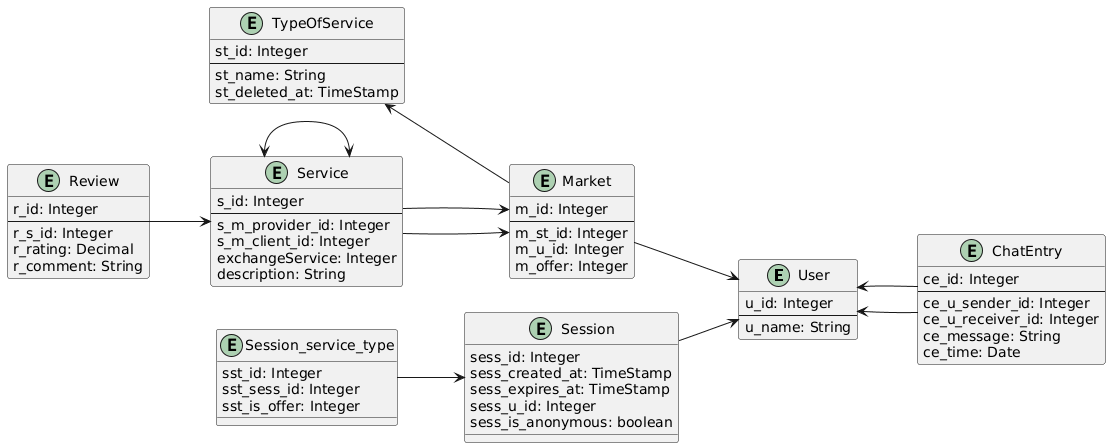
Before: asciidocs/slides/images/er-diagram.png, a diagram exported from PlantUML (2425-4chif-syp/01-projekte-d4d).
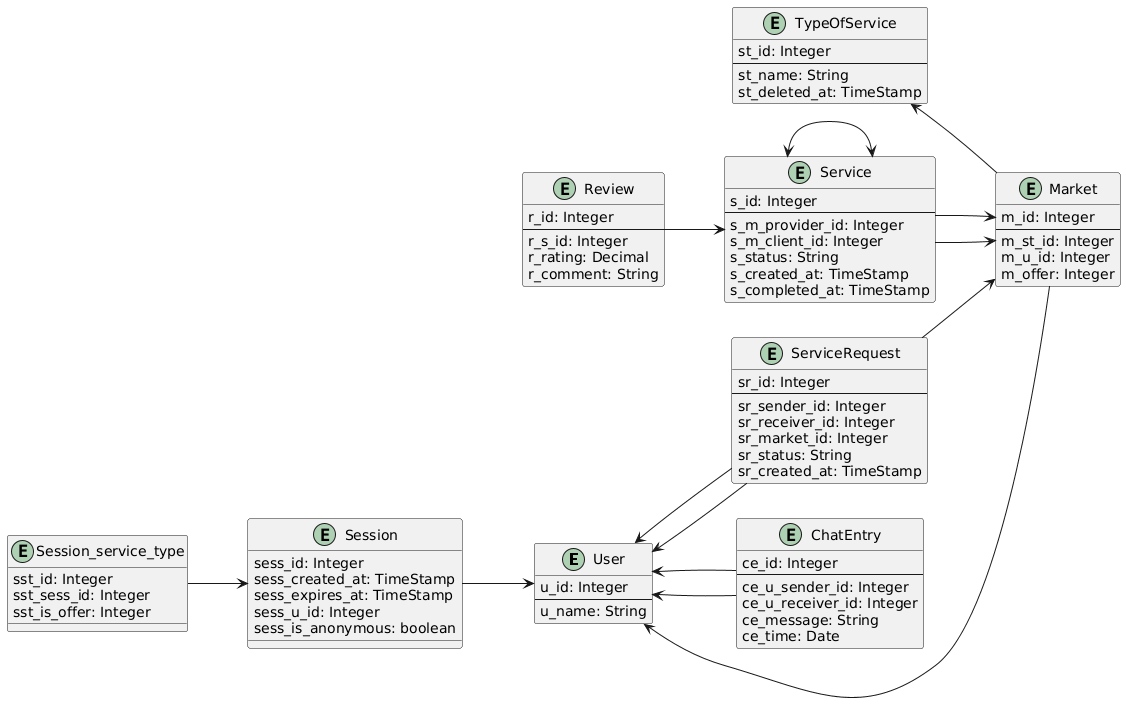
Later version of the same file.

Commit message:
docs: correcting the erd

Change to the diagram source:
```diff
@@ -19,8 +19,19 @@
 --
 s_m_provider_id: Integer
 s_m_client_id: Integer
-exchangeService: Integer
-description: String
+s_status: String
+s_created_at: TimeStamp
+s_completed_at: TimeStamp
+}
+
+entity "ServiceRequest" as ServiceRequest {
+sr_id: Integer
+--
+sr_sender_id: Integer
+sr_receiver_id: Integer
+sr_market_id: Integer
+sr_status: String
+sr_created_at: TimeStamp
 }
 
 entity "Market" as Market {
@@ -63,8 +74,11 @@
 }
 
 User <-- ChatEntry
+User <-- ServiceRequest
 Review --> Service
 ChatEntry --> User
+ServiceRequest --> User
+ServiceRequest --> Market
 TypeOfService <-- Market
 Service --> Market
 Service --> Market
```
